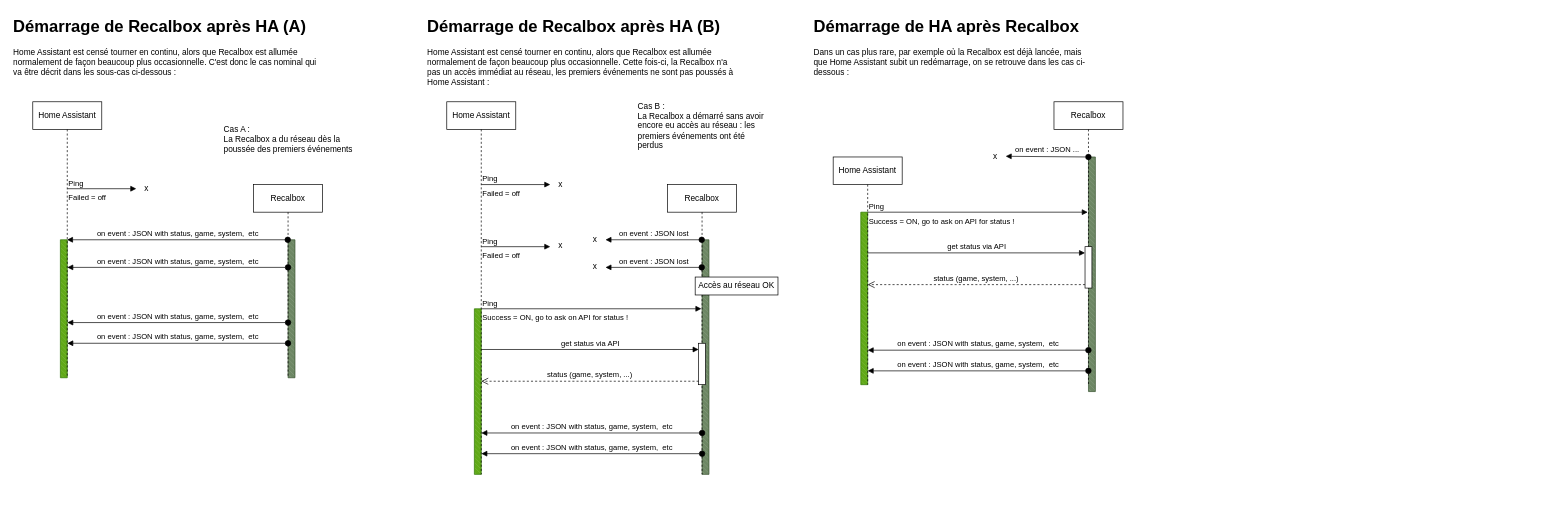
Above: docs/RecalboxSequenceDiagrams.drawio in tototo23/RecalboxHomeAssistant (draw.io), before the change. Source tidied: cells renumbered, new cells numbered last; positions are measured from the earlier drawing's top-left corner, leaving out a move shared by most shapes. Both pictures are drawn from the tidied source at 69%, with x=0, y=0 at pixel (12, 12).
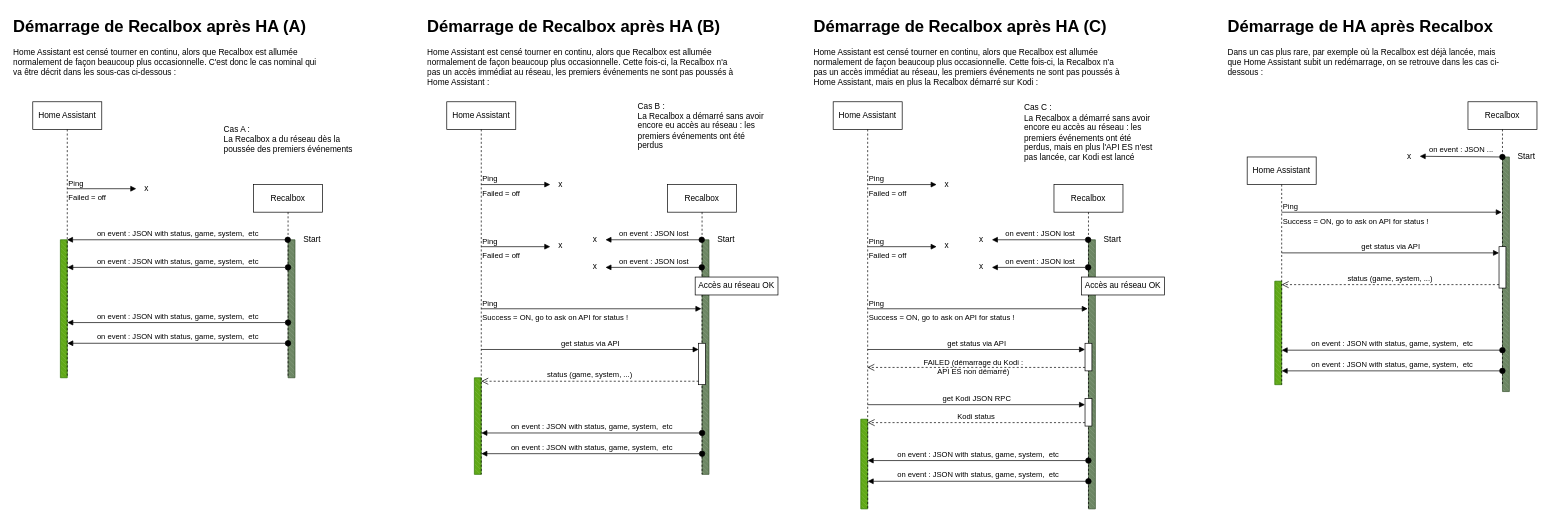
After the change.

Commit message:
Update diagram sequences

The change refers to these unchanged cells:
```xml
<mxCell id="13" style="html=1;points=[[0,0,0,0,5],[0,1,0,0,-5],[1,0,0,0,5],[1,1,0,0,-5]];perimeter=orthogonalPerimeter;outlineConnect=0;targetShapes=umlLifeline;portConstraint=eastwest;newEdgeStyle={&quot;curved&quot;:0,&quot;rounded&quot;:0};" parent="12" vertex="1">
  <mxGeometry x="45" y="210" width="10" height="60" as="geometry" />
</mxCell>
```

Change to the diagram source:
```diff
@@
     <mxCell id="2" style="verticalLabelPosition=bottom;verticalAlign=top;html=1;shape=mxgraph.basic.patternFillRect;fillStyle=diagRev;step=5;fillStrokeWidth=0.2;fillStrokeColor=#dddddd;fillColor=#6d8764;fontColor=#ffffff;strokeColor=#3A5431;" parent="1" vertex="1">
-      <mxGeometry x="1560" y="210" width="10" height="340" as="geometry" />
+      <mxGeometry x="2160" y="210" width="10" height="340" as="geometry" />
     </mxCell>
     <mxCell id="3" style="verticalLabelPosition=bottom;verticalAlign=top;html=1;shape=mxgraph.basic.patternFillRect;fillStyle=diagRev;step=5;fillStrokeWidth=0.2;fillStrokeColor=#dddddd;fillColor=#60a917;fontColor=#ffffff;strokeColor=#2D7600;" parent="1" vertex="1">
-      <mxGeometry x="1230" y="290" width="10" height="250" as="geometry" />
+      <mxGeometry x="1830" y="390" width="10" height="150" as="geometry" />
     </mxCell>
     <mxCell id="4" style="verticalLabelPosition=bottom;verticalAlign=top;html=1;shape=mxgraph.basic.patternFillRect;fillStyle=diagRev;step=5;fillStrokeWidth=0.2;fillStrokeColor=#dddddd;fillColor=#60a917;fontColor=#ffffff;strokeColor=#2D7600;" parent="1" vertex="1">
-      <mxGeometry x="670" y="430" width="10" height="240" as="geometry" />
+      <mxGeometry x="670" y="530" width="10" height="140" as="geometry" />
     </mxCell>
@@
     <mxCell id="11" value="&lt;h1 style=&quot;margin-top: 0px;&quot;&gt;Démarrage de HA après Recalbox&lt;/h1&gt;&lt;p&gt;Dans un cas plus rare, par exemple où la Recalbox est déjà lancée, mais que Home Assistant subit un redémarrage, on se retrouve dans les cas ci-dessous :&lt;/p&gt;" style="text;html=1;whiteSpace=wrap;overflow=hidden;rounded=0;" parent="1" vertex="1">
-      <mxGeometry x="1160" width="410" height="120" as="geometry" />
+      <mxGeometry x="1760" width="410" height="120" as="geometry" />
     </mxCell>
     <mxCell id="12" value="Recalbox" style="shape=umlLifeline;perimeter=lifelinePerimeter;whiteSpace=wrap;html=1;newEdgeStyle={&quot;curved&quot;:0,&quot;rounded&quot;:0};" parent="1" vertex="1">
-      <mxGeometry x="1510" y="130" width="100" height="410" as="geometry" />
+      <mxGeometry x="2110" y="130" width="100" height="410" as="geometry" />
     </mxCell>
@@
     <mxCell id="14" value="Home Assistant" style="shape=umlLifeline;perimeter=lifelinePerimeter;whiteSpace=wrap;html=1;newEdgeStyle={&quot;curved&quot;:0,&quot;rounded&quot;:0};" parent="1" vertex="1">
-      <mxGeometry x="1190" y="210" width="100" height="330" as="geometry" />
+      <mxGeometry x="1790" y="210" width="100" height="330" as="geometry" />
     </mxCell>
     <mxCell id="15" value="get status via API" style="html=1;verticalAlign=bottom;endArrow=block;curved=0;rounded=0;entryX=0;entryY=0;entryDx=0;entryDy=5;" parent="1" edge="1">
       <mxGeometry relative="1" as="geometry">
-        <mxPoint x="1240" y="349" as="sourcePoint" />
-        <mxPoint x="1555" y="349" as="targetPoint" />
+        <mxPoint x="1840" y="349" as="sourcePoint" />
+        <mxPoint x="2155" y="349" as="targetPoint" />
       </mxGeometry>
     </mxCell>
     <mxCell id="16" value="status (game, system, ...)" style="html=1;verticalAlign=bottom;endArrow=open;dashed=1;endSize=8;curved=0;rounded=0;exitX=0;exitY=1;exitDx=0;exitDy=-5;" parent="1" edge="1" source="13">
       <mxGeometry relative="1" as="geometry">
-        <mxPoint x="1240" y="395" as="targetPoint" />
+        <mxPoint x="1840" y="395" as="targetPoint" />
       </mxGeometry>
     </mxCell>
@@
     <mxCell id="21" value="on event : JSON with status, game, system,&amp;nbsp; etc" style="html=1;verticalAlign=bottom;startArrow=oval;startFill=1;endArrow=block;startSize=8;curved=0;rounded=0;" parent="1" edge="1">
       <mxGeometry relative="1" as="geometry">
-        <mxPoint x="1559.9" y="490" as="sourcePoint" />
-        <mxPoint x="1240" y="490" as="targetPoint" />
+        <mxPoint x="2159.9" y="490" as="sourcePoint" />
+        <mxPoint x="1840" y="490" as="targetPoint" />
       </mxGeometry>
     </mxCell>
     <mxCell id="22" value="on event : JSON with status, game, system,&amp;nbsp; etc" style="html=1;verticalAlign=bottom;startArrow=oval;startFill=1;endArrow=block;startSize=8;curved=0;rounded=0;" parent="1" edge="1">
       <mxGeometry relative="1" as="geometry">
-        <mxPoint x="1559.9" y="520" as="sourcePoint" />
-        <mxPoint x="1240" y="520" as="targetPoint" />
+        <mxPoint x="2159.9" y="520" as="sourcePoint" />
+        <mxPoint x="1840" y="520" as="targetPoint" />
       </mxGeometry>
     </mxCell>
     <mxCell id="23" value="on event : JSON ..." style="html=1;verticalAlign=bottom;startArrow=oval;startFill=1;endArrow=block;startSize=8;curved=0;rounded=0;entryX=1;entryY=0.5;entryDx=0;entryDy=0;" parent="1" edge="1" target="24">
       <mxGeometry relative="1" as="geometry">
-        <mxPoint x="1559.9" y="210" as="sourcePoint" />
+        <mxPoint x="2159.9" y="210" as="sourcePoint" />
       </mxGeometry>
     </mxCell>
     <mxCell id="24" value="x" style="text;html=1;whiteSpace=wrap;strokeColor=none;fillColor=none;align=center;verticalAlign=middle;rounded=0;" parent="1" vertex="1">
-      <mxGeometry x="1410" y="194" width="30" height="30" as="geometry" />
+      <mxGeometry x="2010" y="194" width="30" height="30" as="geometry" />
     </mxCell>
@@
     <mxCell id="29" value="Success = ON, go to ask on API for status !" style="endArrow=block;endFill=1;html=1;edgeStyle=orthogonalEdgeStyle;align=left;verticalAlign=top;rounded=0;" parent="1" edge="1">
       <mxGeometry x="-1" relative="1" as="geometry">
-        <mxPoint x="1240" y="290" as="sourcePoint" />
-        <mxPoint x="1559" y="290" as="targetPoint" />
+        <mxPoint x="1840" y="290" as="sourcePoint" />
+        <mxPoint x="2159" y="290" as="targetPoint" />
       </mxGeometry>
     </mxCell>
@@
+    <mxCell id="53" value="Start" style="text;html=1;whiteSpace=wrap;strokeColor=none;fillColor=none;align=center;verticalAlign=middle;rounded=0;" parent="1" vertex="1">
+      <mxGeometry x="410" y="315" width="50" height="30" as="geometry" />
+    </mxCell>
+    <mxCell id="54" value="Start" style="text;html=1;whiteSpace=wrap;strokeColor=none;fillColor=none;align=center;verticalAlign=middle;rounded=0;" parent="1" vertex="1">
+      <mxGeometry x="1010" y="315" width="50" height="30" as="geometry" />
+    </mxCell>
+    <mxCell id="55" value="Start" style="text;html=1;whiteSpace=wrap;strokeColor=none;fillColor=none;align=center;verticalAlign=middle;rounded=0;" parent="1" vertex="1">
+      <mxGeometry x="2170" y="194" width="50" height="30" as="geometry" />
+    </mxCell>
+    <mxCell id="56" style="verticalLabelPosition=bottom;verticalAlign=top;html=1;shape=mxgraph.basic.patternFillRect;fillStyle=diagRev;step=5;fillStrokeWidth=0.2;fillStrokeColor=#dddddd;fillColor=#60a917;fontColor=#ffffff;strokeColor=#2D7600;" parent="1" vertex="1">
+      <mxGeometry x="1230" y="590" width="10" height="130" as="geometry" />
+    </mxCell>
+    <mxCell id="57" style="verticalLabelPosition=bottom;verticalAlign=top;html=1;shape=mxgraph.basic.patternFillRect;fillStyle=diagRev;step=5;fillStrokeWidth=0.2;fillStrokeColor=#dddddd;fillColor=#6d8764;fontColor=#ffffff;strokeColor=#3A5431;" parent="1" vertex="1">
+      <mxGeometry x="1560" y="330" width="10" height="390" as="geometry" />
+    </mxCell>
+    <mxCell id="58" value="&lt;h1 style=&quot;margin-top: 0px;&quot;&gt;Démarrage de Recalbox après HA (C)&lt;/h1&gt;&lt;p&gt;Home Assistant est censé tourner en continu, alors que Recalbox est allumée normalement de façon beaucoup plus occasionnelle. Cette fois-ci, la Recalbox n'a pas un accès immédiat au réseau, les premiers événements ne sont pas poussés à Home Assistant, mais en plus la Recalbox démarré sur Kodi :&lt;br&gt;&lt;/p&gt;" style="text;html=1;whiteSpace=wrap;overflow=hidden;rounded=0;" parent="1" vertex="1">
+      <mxGeometry x="1160" width="450" height="120" as="geometry" />
+    </mxCell>
+    <mxCell id="59" value="Recalbox" style="shape=umlLifeline;perimeter=lifelinePerimeter;whiteSpace=wrap;html=1;newEdgeStyle={&quot;curved&quot;:0,&quot;rounded&quot;:0};" parent="1" vertex="1">
+      <mxGeometry x="1510" y="250" width="100" height="470" as="geometry" />
+    </mxCell>
+    <mxCell id="60" value="Home Assistant" style="shape=umlLifeline;perimeter=lifelinePerimeter;whiteSpace=wrap;html=1;outlineConnect=0;portConstraint=eastwest;newEdgeStyle={&quot;curved&quot;:0,&quot;rounded&quot;:0};" parent="1" vertex="1">
+      <mxGeometry x="1190" y="130" width="100" height="590" as="geometry" />
+    </mxCell>
+    <mxCell id="61" style="html=1;perimeter=orthogonalPerimeter;targetShapes=umlLifeline;newEdgeStyle={&quot;curved&quot;:0,&quot;rounded&quot;:0};" parent="60" vertex="1">
+      <mxGeometry x="365" y="430" width="10" height="40" as="geometry" />
+    </mxCell>
+    <mxCell id="62" value="get Kodi JSON RPC" style="html=1;verticalAlign=bottom;endArrow=block;curved=0;rounded=0;entryX=0;entryY=0;entryDx=0;entryDy=5;" parent="60" edge="1">
+      <mxGeometry relative="1" as="geometry">
+        <mxPoint x="50" y="439" as="sourcePoint" />
+        <mxPoint x="365" y="439" as="targetPoint" />
+      </mxGeometry>
+    </mxCell>
+    <mxCell id="63" value="Kodi status" style="html=1;verticalAlign=bottom;endArrow=open;dashed=1;endSize=8;curved=0;rounded=0;exitX=0;exitY=1;exitDx=0;exitDy=-5;" parent="60" edge="1">
+      <mxGeometry relative="1" as="geometry">
+        <mxPoint x="365" y="465" as="sourcePoint" />
+        <mxPoint x="50" y="465" as="targetPoint" />
+      </mxGeometry>
+    </mxCell>
+    <mxCell id="64" value="on event : JSON lost" style="html=1;verticalAlign=bottom;startArrow=oval;startFill=1;endArrow=block;startSize=8;curved=0;rounded=0;" parent="1" edge="1">
+      <mxGeometry relative="1" as="geometry">
+        <mxPoint x="1559.5" y="330" as="sourcePoint" />
+        <mxPoint x="1420" y="330" as="targetPoint" />
+      </mxGeometry>
+    </mxCell>
+    <mxCell id="65" value="Cas C :&lt;br&gt;La Recalbox a démarré sans avoir encore eu accès au réseau : les premiers événements ont été perdus, mais en plus l'API ES n'est pas lancée, car Kodi est lancé" style="text;html=1;whiteSpace=wrap;strokeColor=none;fillColor=none;align=left;verticalAlign=middle;rounded=0;" parent="1" vertex="1">
+      <mxGeometry x="1465" y="130" width="190" height="90" as="geometry" />
+    </mxCell>
+    <mxCell id="66" value="Failed = off" style="endArrow=block;endFill=1;html=1;edgeStyle=orthogonalEdgeStyle;align=left;verticalAlign=top;rounded=0;" parent="1" edge="1">
+      <mxGeometry x="-1" relative="1" as="geometry">
+        <mxPoint x="1240" y="250" as="sourcePoint" />
+        <mxPoint x="1340" y="250" as="targetPoint" />
+      </mxGeometry>
+    </mxCell>
+    <mxCell id="67" value="Ping" style="edgeLabel;html=1;align=left;verticalAlign=bottom;" parent="66" vertex="1">
+      <mxGeometry x="-1" relative="1" as="geometry" />
+    </mxCell>
+    <mxCell id="68" value="x" style="text;html=1;whiteSpace=wrap;strokeColor=none;fillColor=none;align=center;verticalAlign=middle;rounded=0;" parent="1" vertex="1">
+      <mxGeometry x="1340" y="235" width="30" height="30" as="geometry" />
+    </mxCell>
+    <mxCell id="69" value="on event : JSON lost" style="html=1;verticalAlign=bottom;startArrow=oval;startFill=1;endArrow=block;startSize=8;curved=0;rounded=0;" parent="1" edge="1">
+      <mxGeometry relative="1" as="geometry">
+        <mxPoint x="1559.5" y="370" as="sourcePoint" />
+        <mxPoint x="1420" y="370" as="targetPoint" />
+      </mxGeometry>
+    </mxCell>
+    <mxCell id="70" value="Failed = off" style="endArrow=block;endFill=1;html=1;edgeStyle=orthogonalEdgeStyle;align=left;verticalAlign=top;rounded=0;" parent="1" edge="1">
+      <mxGeometry x="-1" relative="1" as="geometry">
+        <mxPoint x="1240" y="340" as="sourcePoint" />
+        <mxPoint x="1340" y="340" as="targetPoint" />
+      </mxGeometry>
+    </mxCell>
+    <mxCell id="71" value="Ping" style="edgeLabel;html=1;align=left;verticalAlign=bottom;" parent="70" vertex="1">
+      <mxGeometry x="-1" relative="1" as="geometry" />
+    </mxCell>
+    <mxCell id="72" style="html=1;perimeter=orthogonalPerimeter;targetShapes=umlLifeline;newEdgeStyle={&quot;curved&quot;:0,&quot;rounded&quot;:0};" parent="1" vertex="1">
+      <mxGeometry x="1555" y="480" width="10" height="40" as="geometry" />
+    </mxCell>
+    <mxCell id="73" value="get status via API" style="html=1;verticalAlign=bottom;endArrow=block;curved=0;rounded=0;entryX=0;entryY=0;entryDx=0;entryDy=5;" parent="1" edge="1">
+      <mxGeometry relative="1" as="geometry">
+        <mxPoint x="1240" y="489" as="sourcePoint" />
+        <mxPoint x="1555" y="489" as="targetPoint" />
+      </mxGeometry>
+    </mxCell>
+    <mxCell id="74" value="FAILED (démarrage du Kodi :&lt;br&gt;API ES non démarré)" style="html=1;verticalAlign=bottom;endArrow=open;dashed=1;endSize=8;curved=0;rounded=0;exitX=0;exitY=1;exitDx=0;exitDy=-5;labelBackgroundColor=none;" parent="1" edge="1" target="60">
+      <mxGeometry x="0.03" y="15" relative="1" as="geometry">
+        <mxPoint x="1555" y="515" as="sourcePoint" />
+      </mxGeometry>
+    </mxCell>
+    <mxCell id="75" value="Success = ON, go to ask on API for status !" style="endArrow=block;endFill=1;html=1;edgeStyle=orthogonalEdgeStyle;align=left;verticalAlign=top;rounded=0;" parent="1" edge="1">
+      <mxGeometry x="-1" relative="1" as="geometry">
+        <mxPoint x="1240" y="430" as="sourcePoint" />
+        <mxPoint x="1559" y="430" as="targetPoint" />
+      </mxGeometry>
+    </mxCell>
+    <mxCell id="76" value="Ping" style="edgeLabel;html=1;align=left;verticalAlign=bottom;" parent="75" vertex="1">
+      <mxGeometry x="-1" relative="1" as="geometry" />
+    </mxCell>
+    <mxCell id="77" value="Accès au réseau OK" style="html=1;whiteSpace=wrap;" parent="1" vertex="1">
+      <mxGeometry x="1550" y="384" width="120" height="26" as="geometry" />
+    </mxCell>
+    <mxCell id="78" value="on event : JSON with status, game, system,&amp;nbsp; etc" style="html=1;verticalAlign=bottom;startArrow=oval;startFill=1;endArrow=block;startSize=8;curved=0;rounded=0;" parent="1" edge="1">
+      <mxGeometry relative="1" as="geometry">
+        <mxPoint x="1559.9" y="650" as="sourcePoint" />
+        <mxPoint x="1240" y="650" as="targetPoint" />
+      </mxGeometry>
+    </mxCell>
+    <mxCell id="79" value="on event : JSON with status, game, system,&amp;nbsp; etc" style="html=1;verticalAlign=bottom;startArrow=oval;startFill=1;endArrow=block;startSize=8;curved=0;rounded=0;" parent="1" edge="1">
+      <mxGeometry relative="1" as="geometry">
+        <mxPoint x="1559.9" y="680" as="sourcePoint" />
+        <mxPoint x="1240" y="680" as="targetPoint" />
+      </mxGeometry>
+    </mxCell>
+    <mxCell id="80" value="x" style="text;html=1;whiteSpace=wrap;strokeColor=none;fillColor=none;align=center;verticalAlign=middle;rounded=0;" parent="1" vertex="1">
+      <mxGeometry x="1340" y="324" width="30" height="30" as="geometry" />
+    </mxCell>
+    <mxCell id="81" value="x" style="text;html=1;whiteSpace=wrap;strokeColor=none;fillColor=none;align=center;verticalAlign=middle;rounded=0;" parent="1" vertex="1">
+      <mxGeometry x="1390" y="315" width="30" height="30" as="geometry" />
+    </mxCell>
+    <mxCell id="82" value="x" style="text;html=1;whiteSpace=wrap;strokeColor=none;fillColor=none;align=center;verticalAlign=middle;rounded=0;" parent="1" vertex="1">
+      <mxGeometry x="1390" y="354" width="30" height="30" as="geometry" />
+    </mxCell>
+    <mxCell id="83" value="Start" style="text;html=1;whiteSpace=wrap;strokeColor=none;fillColor=none;align=center;verticalAlign=middle;rounded=0;" parent="1" vertex="1">
+      <mxGeometry x="1570" y="315" width="50" height="30" as="geometry" />
+    </mxCell>
```
